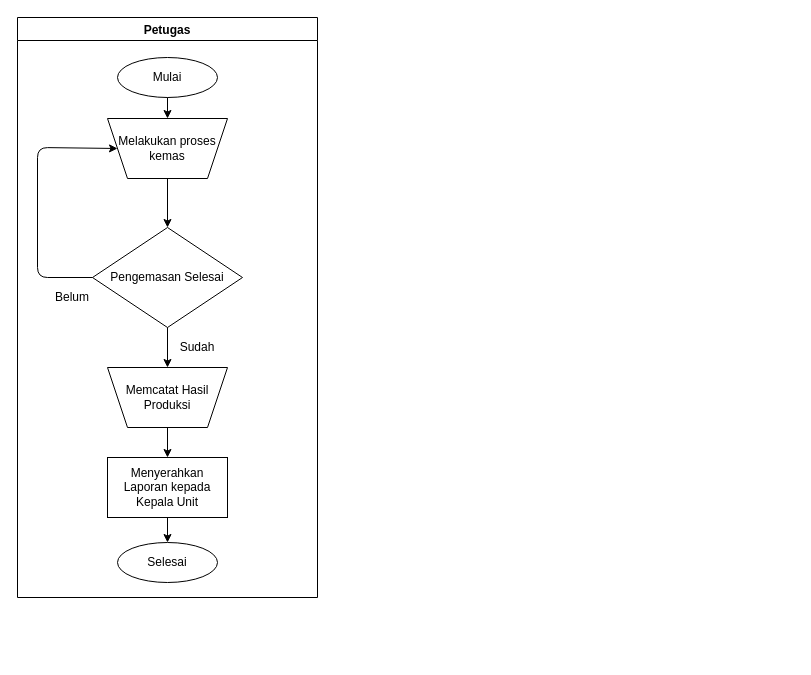
Above: page "Flowchart lama" (1 of 19) of Flowberjalan.drawio in Marinska/skripsi (draw.io), before the change. Source tidied: cells renumbered, new cells numbered last; positions are measured from the earlier drawing's top-left corner, leaving out a move shared by most shapes. Both pictures are drawn from the tidied source at 100%, with x=0, y=0 at pixel (17, 17).
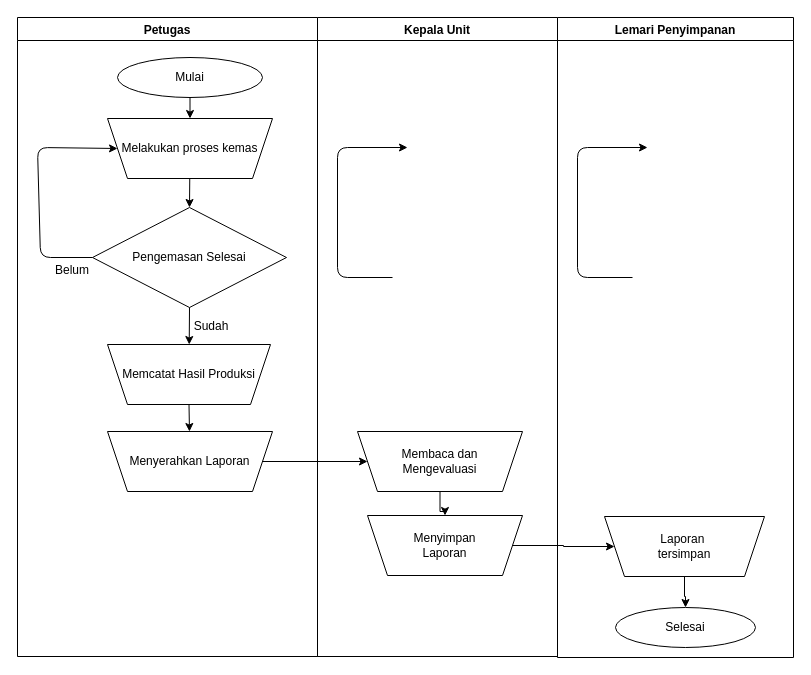
Above is the later version.

The edit, as a diff of the source:
```diff
@@
     <mxCell id="2" value="Petugas" style="swimlane;" parent="1" vertex="1">
-      <mxGeometry width="300" height="580" as="geometry" />
+      <mxGeometry width="300" height="639" as="geometry" />
     </mxCell>
     <mxCell id="3" value="Mulai" style="ellipse;whiteSpace=wrap;html=1;" parent="2" vertex="1">
-      <mxGeometry x="100" y="40" width="100" height="40" as="geometry" />
+      <mxGeometry x="100" y="40" width="145" height="40" as="geometry" />
     </mxCell>
     <mxCell id="4" value="Pengemasan Selesai" style="rhombus;whiteSpace=wrap;html=1;" parent="2" vertex="1">
-      <mxGeometry x="75" y="210" width="150" height="100" as="geometry" />
+      <mxGeometry x="75" y="190" width="194" height="100" as="geometry" />
     </mxCell>
-    <mxCell id="5" value="Menyerahkan Laporan kepada Kepala Unit" style="rounded=0;whiteSpace=wrap;html=1;" parent="2" vertex="1">
-      <mxGeometry x="90" y="440" width="120" height="60" as="geometry" />
-    </mxCell>
@@
-    <mxCell id="9" style="endArrow=classic;html=1;entryX=0.5;entryY=0;entryDx=0;entryDy=0;exitX=0.5;exitY=0;exitDx=0;exitDy=0;" parent="2" edge="1" source="13" target="5">
+    <mxCell id="9" style="endArrow=classic;html=1;exitX=0.5;exitY=0;exitDx=0;exitDy=0;" parent="2" edge="1" source="13" target="17">
       <mxGeometry relative="1" as="geometry" />
     </mxCell>
     <mxCell id="10" style="endArrow=classic;html=1;exitX=0;exitY=0.5;exitDx=0;exitDy=0;entryX=1;entryY=0.5;entryDx=0;entryDy=0;" parent="2" edge="1" source="4" target="16">
       <mxGeometry relative="1" as="geometry">
         <Array as="points">
-          <mxPoint x="20" y="260" />
+          <mxPoint x="23" y="240" />
           <mxPoint x="20" y="130" />
         </Array>
       </mxGeometry>
     </mxCell>
     <mxCell id="11" value="Belum" style="text;html=1;strokeColor=none;fillColor=none;align=center;verticalAlign=middle;whiteSpace=wrap;rounded=0;" parent="2" vertex="1">
-      <mxGeometry x="35" y="270" width="40" height="20" as="geometry" />
+      <mxGeometry x="35" y="243" width="40" height="20" as="geometry" />
     </mxCell>
     <mxCell id="12" value="Sudah" style="text;html=1;strokeColor=none;fillColor=none;align=center;verticalAlign=middle;whiteSpace=wrap;rounded=0;" parent="2" vertex="1">
-      <mxGeometry x="160" y="320" width="40" height="20" as="geometry" />
+      <mxGeometry x="174" y="299" width="40" height="20" as="geometry" />
     </mxCell>
     <mxCell id="13" value="Memcatat Hasil Produksi" style="shape=trapezoid;perimeter=trapezoidPerimeter;whiteSpace=wrap;html=1;fixedSize=1;direction=west;" parent="2" vertex="1">
-      <mxGeometry x="90" y="350" width="120" height="60" as="geometry" />
+      <mxGeometry x="90" y="327" width="163" height="60" as="geometry" />
     </mxCell>
+    <mxCell id="16" value="Melakukan proses kemas" style="shape=trapezoid;perimeter=trapezoidPerimeter;whiteSpace=wrap;html=1;fixedSize=1;direction=west;" parent="2" vertex="1">
+      <mxGeometry x="90" y="101" width="165" height="60" as="geometry" />
+    </mxCell>
+    <mxCell id="17" value="Menyerahkan Laporan" style="shape=trapezoid;perimeter=trapezoidPerimeter;whiteSpace=wrap;html=1;fixedSize=1;direction=west;" parent="2" vertex="1">
+      <mxGeometry x="90" y="414" width="165" height="60" as="geometry" />
+    </mxCell>
+    <mxCell id="18" value="Kepala Unit" style="swimlane;" parent="1" vertex="1">
+      <mxGeometry x="300" width="240" height="639" as="geometry" />
+    </mxCell>
+    <mxCell id="19" style="endArrow=classic;html=1;exitX=0;exitY=0.5;exitDx=0;exitDy=0;entryX=1;entryY=0.5;entryDx=0;entryDy=0;" parent="18" edge="1">
+      <mxGeometry relative="1" as="geometry">
+        <mxPoint x="75" y="260" as="sourcePoint" />
+        <mxPoint x="90" y="130" as="targetPoint" />
+        <Array as="points">
+          <mxPoint x="20" y="260" />
+          <mxPoint x="20" y="130" />
+        </Array>
+      </mxGeometry>
+    </mxCell>
+    <mxCell id="20" style="edgeStyle=orthogonalEdgeStyle;rounded=0;jettySize=auto;html=1;exitX=0.5;exitY=0;exitDx=0;exitDy=0;" parent="18" edge="1" source="21" target="22">
+      <mxGeometry relative="1" as="geometry" />
+    </mxCell>
+    <mxCell id="21" value="Membaca dan&lt;br&gt;Mengevaluasi" style="shape=trapezoid;perimeter=trapezoidPerimeter;whiteSpace=wrap;html=1;fixedSize=1;direction=west;" parent="18" vertex="1">
+      <mxGeometry x="40" y="414" width="165" height="60" as="geometry" />
+    </mxCell>
+    <mxCell id="22" value="Menyimpan&lt;br&gt;Laporan" style="shape=trapezoid;perimeter=trapezoidPerimeter;whiteSpace=wrap;html=1;fixedSize=1;direction=west;" parent="18" vertex="1">
+      <mxGeometry x="50" y="498" width="155" height="60" as="geometry" />
+    </mxCell>
+    <mxCell id="23" value="Lemari Penyimpanan" style="swimlane;startSize=23;" parent="1" vertex="1">
+      <mxGeometry x="540" width="236" height="640" as="geometry" />
+    </mxCell>
+    <mxCell id="24" style="endArrow=classic;html=1;exitX=0;exitY=0.5;exitDx=0;exitDy=0;entryX=1;entryY=0.5;entryDx=0;entryDy=0;" parent="23" edge="1">
+      <mxGeometry relative="1" as="geometry">
+        <mxPoint x="75" y="260" as="sourcePoint" />
+        <mxPoint x="90" y="130" as="targetPoint" />
+        <Array as="points">
+          <mxPoint x="20" y="260" />
+          <mxPoint x="20" y="130" />
+        </Array>
+      </mxGeometry>
+    </mxCell>
-    <mxCell id="14" value="Selesai" style="ellipse;whiteSpace=wrap;html=1;" parent="2" vertex="1">
-      <mxGeometry x="100" y="525" width="100" height="40" as="geometry" />
+    <mxCell id="14" value="Selesai" style="ellipse;whiteSpace=wrap;html=1;" parent="23" vertex="1">
+      <mxGeometry x="58" y="590" width="140" height="40" as="geometry" />
     </mxCell>
-    <mxCell id="15" style="endArrow=classic;html=1;exitX=0.5;exitY=1;exitDx=0;exitDy=0;" parent="2" edge="1" source="5" target="14">
-      <mxGeometry relative="1" as="geometry" />
-    </mxCell>
-    <mxCell id="16" value="Melakukan proses kemas" style="shape=trapezoid;perimeter=trapezoidPerimeter;whiteSpace=wrap;html=1;fixedSize=1;direction=west;" parent="2" vertex="1">
-      <mxGeometry x="90" y="101" width="120" height="60" as="geometry" />
-    </mxCell>
+    <mxCell id="25" style="edgeStyle=orthogonalEdgeStyle;rounded=0;jettySize=auto;html=1;exitX=0.5;exitY=0;exitDx=0;exitDy=0;" parent="23" edge="1" source="26" target="14">
+      <mxGeometry relative="1" as="geometry" />
+    </mxCell>
+    <mxCell id="26" value="Laporan&amp;nbsp;&lt;br&gt;tersimpan" style="shape=trapezoid;perimeter=trapezoidPerimeter;whiteSpace=wrap;html=1;fixedSize=1;direction=west;" parent="23" vertex="1">
+      <mxGeometry x="47" y="499" width="160" height="60" as="geometry" />
+    </mxCell>
+    <mxCell id="27" style="edgeStyle=orthogonalEdgeStyle;rounded=0;jettySize=auto;html=1;exitX=0;exitY=0.5;exitDx=0;exitDy=0;" parent="1" edge="1" source="17" target="21">
+      <mxGeometry relative="1" as="geometry" />
+    </mxCell>
+    <mxCell id="28" style="edgeStyle=orthogonalEdgeStyle;rounded=0;jettySize=auto;html=1;exitX=0;exitY=0.5;exitDx=0;exitDy=0;" parent="1" edge="1" source="22" target="26">
+      <mxGeometry relative="1" as="geometry" />
+    </mxCell>
```
